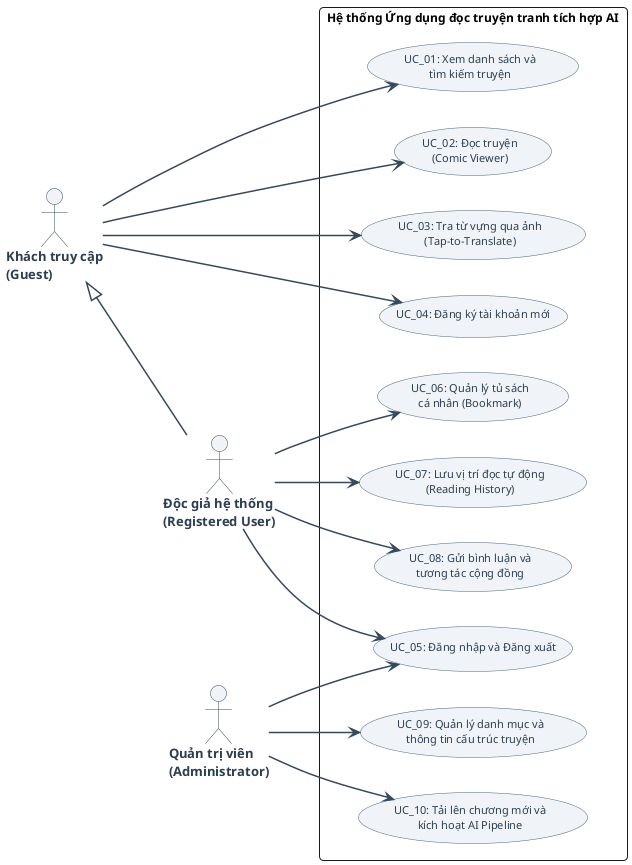
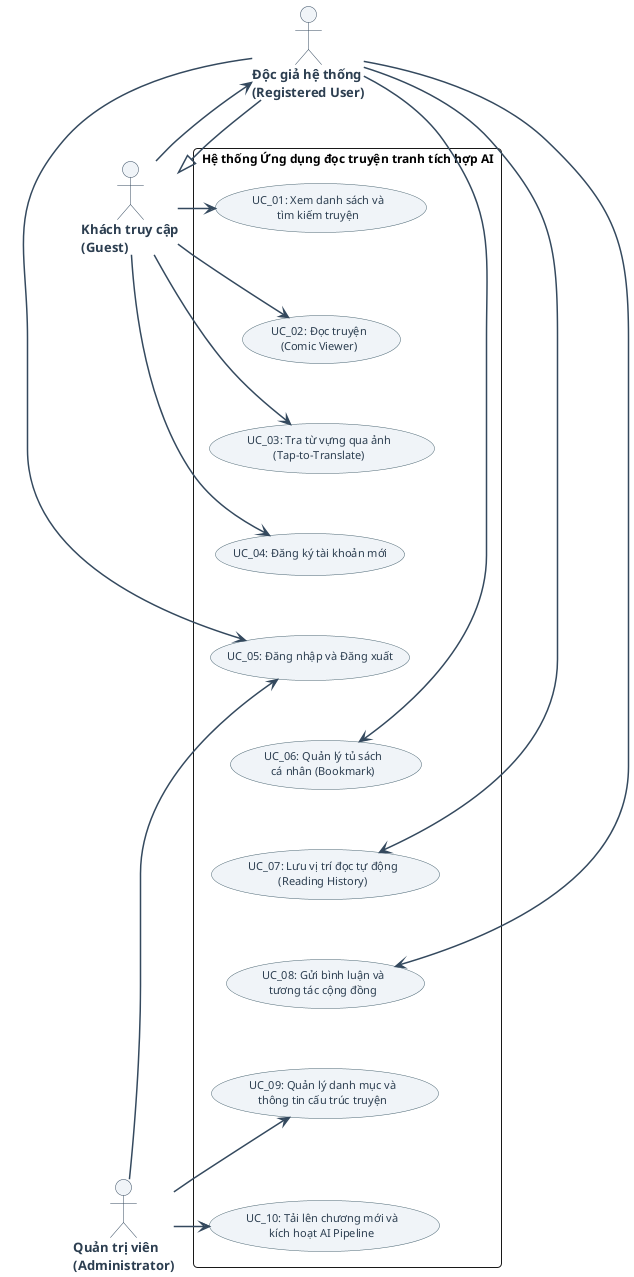
@startuml
skinparam backgroundcolor #ffffff
skinparam roundcorner 8
skinparam packageStyle rect
skinparam defaultFontName "Arial"
skinparam defaultFontSize 12

skinparam actor {
    BorderColor #34495e
    BackgroundColor #f0f4f8
    FontColor #2c3e50
    FontSize 13
    FontStyle bold
}

skinparam usecase {
    BorderColor #4a6572
    BackgroundColor #f0f4f8
    FontColor #2c3e50
    FontSize 11
}

skinparam arrow {
    Color #34495e
    Thickness 1.5
}

- left to right direction
- 
actor "Khách truy cập\n(Guest)" as Guest
actor "Độc giả hệ thống\n(Registered User)" as User
actor "Quản trị viên\n(Administrator)" as Admin

User -up-|> Guest

rectangle "Hệ thống Ứng dụng đọc truyện tranh tích hợp AI" {
    usecase UC01 as "UC_01: Xem danh sách và\ntìm kiếm truyện"
    usecase UC02 as "UC_02: Đọc truyện\n(Comic Viewer)"
    usecase UC03 as "UC_03: Tra từ vựng qua ảnh\n(Tap-to-Translate)"
    usecase UC04 as "UC_04: Đăng ký tài khoản mới"

    usecase UC05 as "UC_05: Đăng nhập và Đăng xuất"
    usecase UC06 as "UC_06: Quản lý tủ sách\ncá nhân (Bookmark)"
    usecase UC07 as "UC_07: Lưu vị trí đọc tự động\n(Reading History)"
    usecase UC08 as "UC_08: Gửi bình luận và\ntương tác cộng đồng"

    usecase UC09 as "UC_09: Quản lý danh mục và\nthông tin cấu trúc truyện"
    usecase UC10 as "UC_10: Tải lên chương mới và\nkích hoạt AI Pipeline"
+ 
+     UC01 -[hidden]down-> UC02
+     UC02 -[hidden]down-> UC03
+     UC03 -[hidden]down-> UC04
+     UC04 -[hidden]down-> UC05
+     UC05 -[hidden]down-> UC06
+     UC06 -[hidden]down-> UC07
+     UC07 -[hidden]down-> UC08
+     UC08 -[hidden]down-> UC09
+     UC09 -[hidden]down-> UC10
}

- Guest --> UC01
- Guest --> UC02
- Guest --> UC03
- Guest --> UC04
+ Guest -up-> User

- User --> UC05
- User --> UC06
- User --> UC07
- User --> UC08
+ Guest -right-> UC01
+ Guest -right-> UC02
+ Guest -right-> UC03
+ Guest -right-> UC04

- Admin --> UC05
- Admin --> UC09
- Admin --> UC10
+ User -right-> UC05
+ User -right-> UC06
+ User -right-> UC07
+ User -right-> UC08
+ 
+ Admin -left-> UC05
+ Admin -left-> UC09
+ Admin -left-> UC10
@enduml